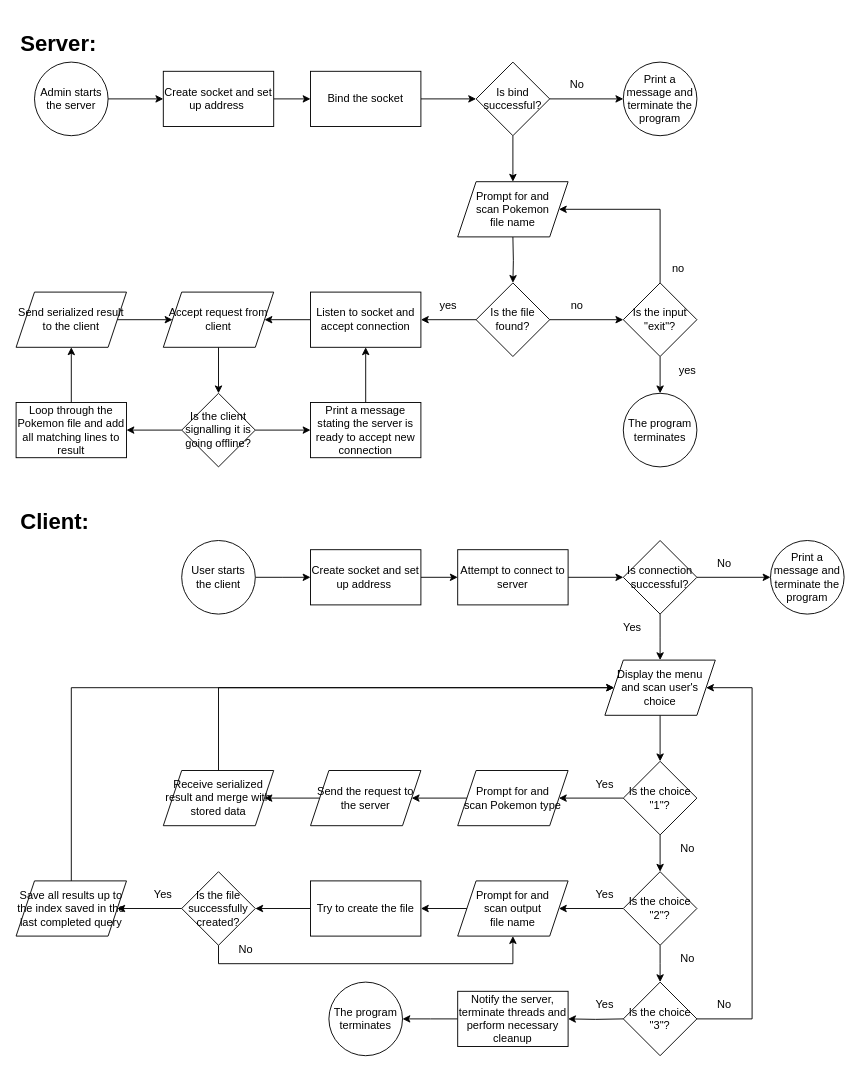
Earlier version of the draw.io diagram Untitled Diagram.drawio (InvalidPathException/draw.io). Source tidied: cells renumbered, new cells numbered last; positions are measured from the earlier drawing's top-left corner, leaving out a move shared by most shapes. Both pictures are drawn from the tidied source at 92%, with x=0, y=0 at pixel (16, 25).
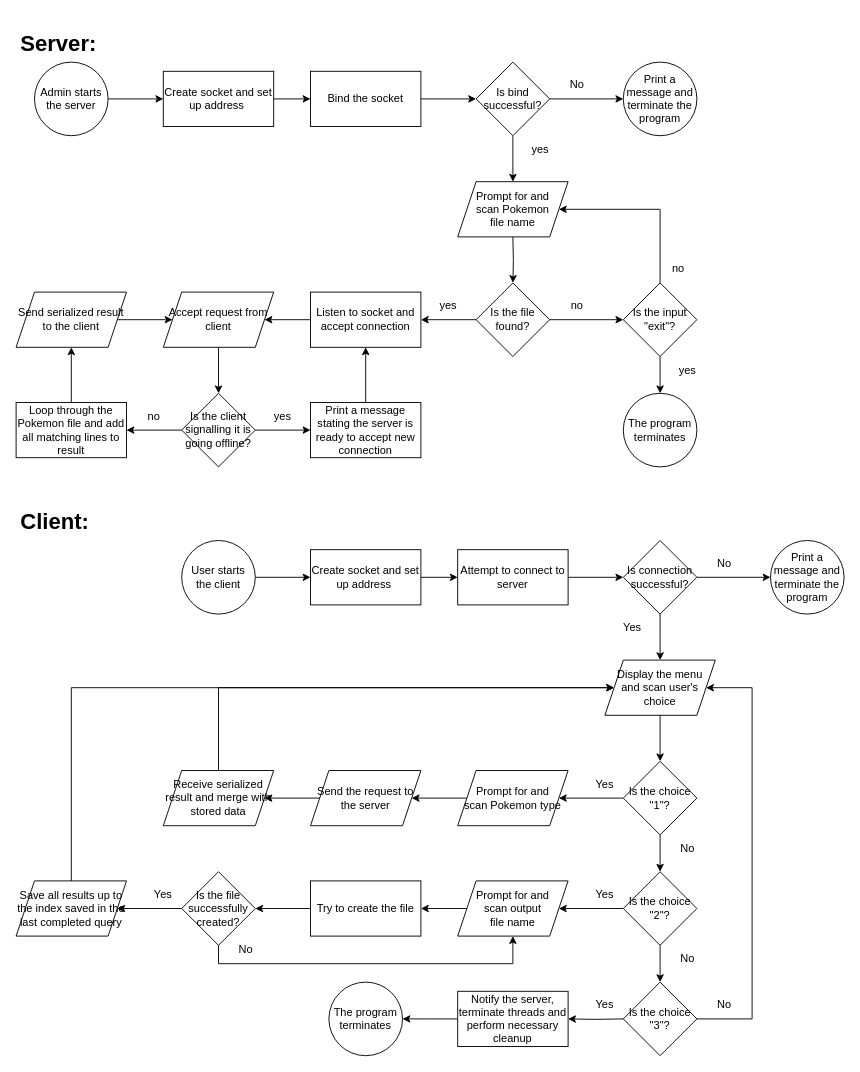
The same diagram, later.

What changed in the source:
```diff
@@
+    <mxCell id="90" value="yes" style="text;html=1;strokeColor=none;fillColor=none;align=center;verticalAlign=middle;whiteSpace=wrap;rounded=0;" parent="1" vertex="1">
+      <mxGeometry x="540" y="120" width="60" height="30" as="geometry" />
+    </mxCell>
+    <mxCell id="91" value="yes" style="text;html=1;strokeColor=none;fillColor=none;align=center;verticalAlign=middle;whiteSpace=wrap;rounded=0;" parent="1" vertex="1">
+      <mxGeometry x="260" y="410" width="60" height="30" as="geometry" />
+    </mxCell>
+    <mxCell id="92" value="no" style="text;html=1;strokeColor=none;fillColor=none;align=center;verticalAlign=middle;whiteSpace=wrap;rounded=0;" parent="1" vertex="1">
+      <mxGeometry x="120" y="410" width="60" height="30" as="geometry" />
+    </mxCell>
```
